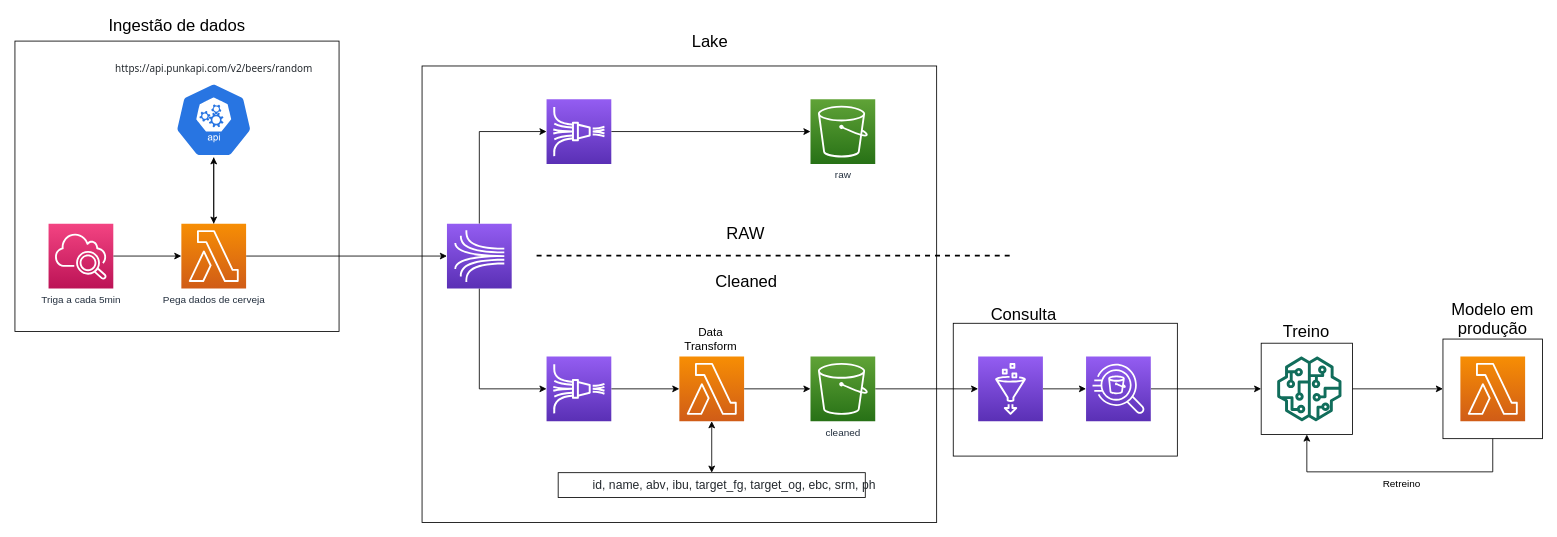
Before: figuras/Diagrama.drawio in gabrielclimb/ml_eng_picpay, a draw.io diagram. Source tidied: cells renumbered, new cells numbered last; positions are measured from the earlier drawing's top-left corner, leaving out a move shared by most shapes. Both pictures are drawn from the tidied source at 83%, with x=0, y=0 at pixel (15, 16).
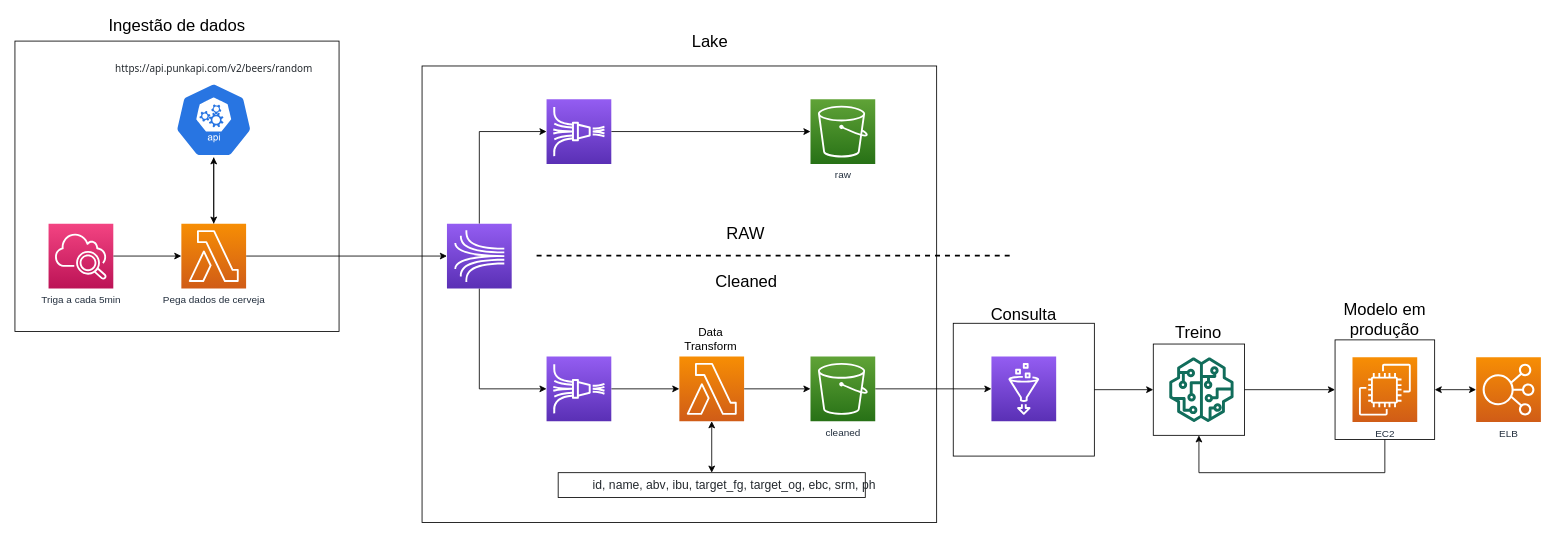
After the change.

The change refers to these unchanged cells:
```xml
<mxCell id="39" style="whiteSpace=wrap;html=1;fillColor=none;" parent="38" vertex="1">
  <mxGeometry x="1" y="25" width="110" height="110" as="geometry" />
</mxCell>
<mxCell id="44" style="whiteSpace=wrap;html=1;fillColor=none;" parent="43" vertex="1">
  <mxGeometry y="50" width="120" height="120" as="geometry" />
</mxCell>
```

Diff of the diagram source:
```diff
@@
+    <mxCell id="52" style="edgeStyle=orthogonalEdgeStyle;rounded=0;jettySize=auto;html=1;entryX=0;entryY=0.5;entryDx=0;entryDy=0;" parent="1" edge="1" source="2" target="39">
+      <mxGeometry relative="1" as="geometry" />
+    </mxCell>
     <mxCell id="2" style="rounded=0;whiteSpace=wrap;html=1;fontFamily=Tahoma;fontSize=12;strokeColor=#000000;fillColor=none;align=right;" parent="1" vertex="1">
-      <mxGeometry x="1130" y="370" width="270" height="160" as="geometry" />
+      <mxGeometry x="1130" y="370" width="170" height="160" as="geometry" />
     </mxCell>
@@
-    <mxCell id="22" style="edgeStyle=orthogonalEdgeStyle;rounded=0;jettySize=auto;html=1;entryX=0;entryY=0.5;entryDx=0;entryDy=0;entryPerimeter=0;" parent="1" edge="1" source="23" target="50">
-      <mxGeometry relative="1" as="geometry" />
-    </mxCell>
     <mxCell id="23" style="points=[[0,0,0],[0.25,0,0],[0.5,0,0],[0.75,0,0],[1,0,0],[0,1,0],[0.25,1,0],[0.5,1,0],[0.75,1,0],[1,1,0],[0,0.25,0],[0,0.5,0],[0,0.75,0],[1,0.25,0],[1,0.5,0],[1,0.75,0]];outlineConnect=0;fontColor=#232F3E;gradientColor=#945DF2;gradientDirection=north;fillColor=#5A30B5;strokeColor=#ffffff;dashed=0;verticalLabelPosition=bottom;verticalAlign=top;align=center;html=1;fontSize=12;fontStyle=0;shape=mxgraph.aws4.resourceIcon;resIcon=mxgraph.aws4.glue;" parent="1" vertex="1">
-      <mxGeometry x="1160" y="410" width="78" height="78" as="geometry" />
+      <mxGeometry x="1176" y="410" width="78" height="78" as="geometry" />
     </mxCell>
@@
     <mxCell id="37" style="group;" parent="1" vertex="1">
-      <mxGeometry x="1500" y="369" width="111" height="135" as="geometry" />
+      <mxGeometry x="1370" y="370" width="111" height="135" as="geometry" />
     </mxCell>
@@
     <mxCell id="43" style="group;" parent="1" vertex="1">
-      <mxGeometry x="1720" y="339" width="120" height="170" as="geometry" />
+      <mxGeometry x="1590" y="340" width="120" height="170" as="geometry" />
     </mxCell>
@@
-    <mxCell id="45" style="points=[[0,0,0],[0.25,0,0],[0.5,0,0],[0.75,0,0],[1,0,0],[0,1,0],[0.25,1,0],[0.5,1,0],[0.75,1,0],[1,1,0],[0,0.25,0],[0,0.5,0],[0,0.75,0],[1,0.25,0],[1,0.5,0],[1,0.75,0]];outlineConnect=0;fontColor=#232F3E;gradientColor=#F78E04;gradientDirection=north;fillColor=#D05C17;strokeColor=#ffffff;dashed=0;verticalLabelPosition=bottom;verticalAlign=top;align=center;html=1;fontSize=12;fontStyle=0;shape=mxgraph.aws4.resourceIcon;resIcon=mxgraph.aws4.lambda;" parent="43" vertex="1">
-      <mxGeometry x="21" y="71" width="78" height="78" as="geometry" />
-    </mxCell>
@@
-    <mxCell id="47" style="edgeStyle=orthogonalEdgeStyle;rounded=0;orthogonalLoop=1;jettySize=auto;html=1;exitX=0.5;exitY=1;exitDx=0;exitDy=0;exitPerimeter=0;" parent="43" edge="1" source="45" target="45">
-      <mxGeometry relative="1" as="geometry" />
+    <mxCell id="47" style="edgeStyle=orthogonalEdgeStyle;rounded=0;orthogonalLoop=1;jettySize=auto;html=1;exitX=0.5;exitY=1;exitDx=0;exitDy=0;exitPerimeter=0;" parent="43" edge="1">
+      <mxGeometry relative="1" as="geometry">
+        <mxPoint x="60" y="149" as="sourcePoint" />
+        <mxPoint x="60" y="149" as="targetPoint" />
+      </mxGeometry>
     </mxCell>
+    <mxCell id="53" value="EC2" style="fontColor=#232F3E;gradientColor=#F78E04;gradientDirection=north;fillColor=#D05C17;strokeColor=#ffffff;dashed=0;verticalLabelPosition=bottom;verticalAlign=top;align=center;html=1;fontSize=12;fontStyle=0;shape=mxgraph.aws4.resourceIcon;resIcon=mxgraph.aws4.ec2;" parent="43" vertex="1">
+      <mxGeometry x="21" y="71" width="78" height="78" as="geometry" />
+    </mxCell>
     <mxCell id="48" style="edgeStyle=orthogonalEdgeStyle;rounded=0;jettySize=auto;html=1;entryX=0.5;entryY=1;entryDx=0;entryDy=0;" parent="1" edge="1" source="44" target="39">
       <mxGeometry relative="1" as="geometry">
         <Array as="points">
-          <mxPoint x="1780" y="549" />
-          <mxPoint x="1556" y="549" />
+          <mxPoint x="1650" y="550" />
+          <mxPoint x="1426" y="550" />
         </Array>
       </mxGeometry>
     </mxCell>
-    <mxCell id="49" style="edgeStyle=orthogonalEdgeStyle;rounded=0;jettySize=auto;html=1;entryX=0;entryY=0.5;entryDx=0;entryDy=0;" parent="1" edge="1" source="50" target="39">
-      <mxGeometry relative="1" as="geometry" />
-    </mxCell>
-    <mxCell id="50" style="points=[[0,0,0],[0.25,0,0],[0.5,0,0],[0.75,0,0],[1,0,0],[0,1,0],[0.25,1,0],[0.5,1,0],[0.75,1,0],[1,1,0],[0,0.25,0],[0,0.5,0],[0,0.75,0],[1,0.25,0],[1,0.5,0],[1,0.75,0]];outlineConnect=0;fontColor=#232F3E;gradientColor=#945DF2;gradientDirection=north;fillColor=#5A30B5;strokeColor=#ffffff;dashed=0;verticalLabelPosition=bottom;verticalAlign=top;align=center;html=1;fontSize=12;fontStyle=0;shape=mxgraph.aws4.resourceIcon;resIcon=mxgraph.aws4.athena;" parent="1" vertex="1">
-      <mxGeometry x="1290" y="410" width="78" height="78" as="geometry" />
-    </mxCell>
-    <mxCell id="51" value="Retreino" style="text;html=1;align=center;verticalAlign=middle;strokeColor=none;" parent="1" vertex="1">
-      <mxGeometry x="1640" y="554" width="60" height="20" as="geometry" />
-    </mxCell>
+    <mxCell id="54" value="ELB" style="points=[[0,0,0],[0.25,0,0],[0.5,0,0],[0.75,0,0],[1,0,0],[0,1,0],[0.25,1,0],[0.5,1,0],[0.75,1,0],[1,1,0],[0,0.25,0],[0,0.5,0],[0,0.75,0],[1,0.25,0],[1,0.5,0],[1,0.75,0]];outlineConnect=0;fontColor=#232F3E;gradientColor=#F78E04;gradientDirection=north;fillColor=#D05C17;strokeColor=#ffffff;dashed=0;verticalLabelPosition=bottom;verticalAlign=top;align=center;html=1;fontSize=12;fontStyle=0;shape=mxgraph.aws4.resourceIcon;resIcon=mxgraph.aws4.elastic_load_balancing;" parent="1" vertex="1">
+      <mxGeometry x="1760" y="411" width="78" height="78" as="geometry" />
+    </mxCell>
+    <mxCell id="55" style="edgeStyle=orthogonalEdgeStyle;rounded=0;jettySize=auto;html=1;entryX=0;entryY=0.5;entryDx=0;entryDy=0;entryPerimeter=0;startArrow=classic;startFill=1;" parent="1" edge="1" source="44" target="54">
+      <mxGeometry relative="1" as="geometry" />
+    </mxCell>
```
